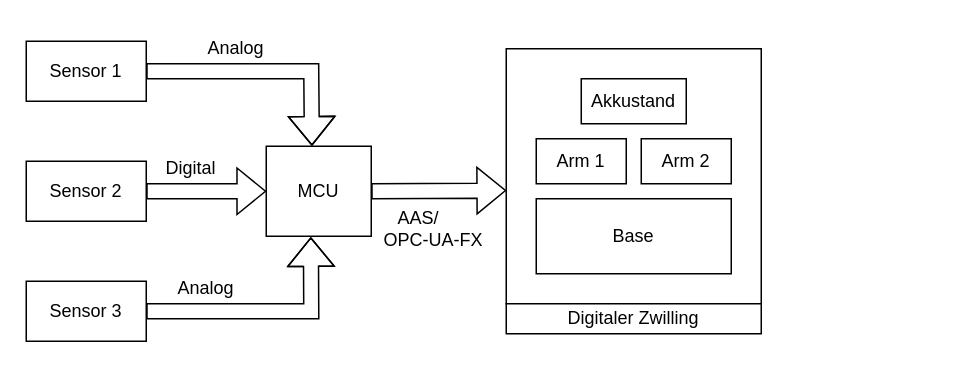
The draw.io diagram Untitled Diagram.drawio in Feeee23/DrawIO, before the edit. Source tidied: cells renumbered, new cells numbered last; positions are measured from the earlier drawing's top-left corner, leaving out a move shared by most shapes. Both pictures are drawn from the tidied source at 150%, with x=0, y=0 at pixel (26, 26).
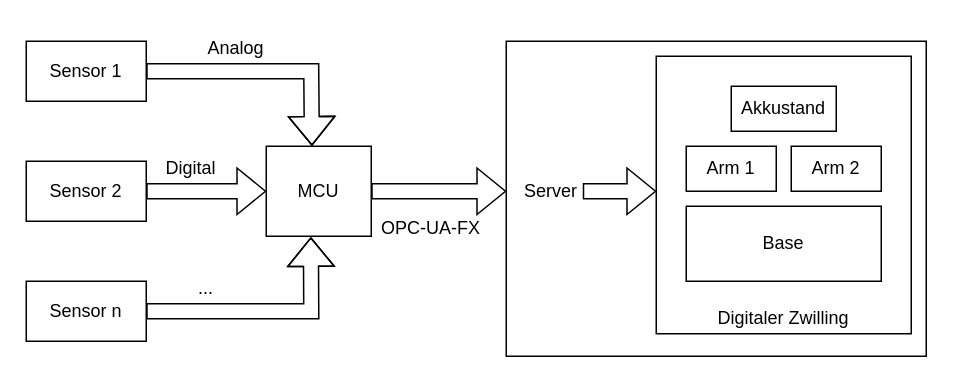
After the change.

Unchanged cells that the change refers to:
```xml
<mxCell id="6" value="MCU" style="rounded=0;whiteSpace=wrap;html=1;" parent="1" vertex="1">
  <mxGeometry x="160" y="80" width="70" height="60" as="geometry" />
</mxCell>
```

What changed in the source:
```diff
@@
-    <mxCell id="2" style="rounded=0;whiteSpace=wrap;html=1;" parent="1" vertex="1">
-      <mxGeometry x="320" y="15" width="170" height="170" as="geometry" />
-    </mxCell>
+    <mxCell id="20" style="rounded=0;whiteSpace=wrap;html=1;" parent="1" vertex="1">
+      <mxGeometry x="320" y="10" width="280" height="210" as="geometry" />
+    </mxCell>
@@
-    <mxCell id="5" value="Sensor 3" style="rounded=0;whiteSpace=wrap;html=1;" parent="1" vertex="1">
+    <mxCell id="5" value="Sensor n" style="rounded=0;whiteSpace=wrap;html=1;" parent="1" vertex="1">
       <mxGeometry y="170" width="80" height="40" as="geometry" />
     </mxCell>
@@
-    <mxCell id="12" value="Analog" style="text;html=1;strokeColor=none;fillColor=none;align=center;verticalAlign=middle;whiteSpace=wrap;rounded=0;" parent="1" vertex="1">
+    <mxCell id="12" value="..." style="text;html=1;strokeColor=none;fillColor=none;align=center;verticalAlign=middle;whiteSpace=wrap;rounded=0;" parent="1" vertex="1">
       <mxGeometry x="90" y="160" width="60" height="30" as="geometry" />
     </mxCell>
+    <mxCell id="18" style="shape=flexArrow;endArrow=classic;html=1;rounded=0;exitX=1;exitY=0.5;exitDx=0;exitDy=0;" parent="1" edge="1" source="6">
+      <mxGeometry relative="1" as="geometry">
+        <mxPoint x="320" y="110" as="targetPoint" />
+      </mxGeometry>
+    </mxCell>
+    <mxCell id="19" value="OPC-UA-FX" style="text;html=1;strokeColor=none;fillColor=none;align=center;verticalAlign=middle;whiteSpace=wrap;rounded=0;" parent="1" vertex="1">
+      <mxGeometry x="230" y="120" width="80" height="30" as="geometry" />
+    </mxCell>
+    <mxCell id="21" style="group;" parent="1" vertex="1">
+      <mxGeometry x="420" y="20" width="170" height="190" as="geometry" />
+    </mxCell>
+    <mxCell id="2" style="rounded=0;whiteSpace=wrap;html=1;" parent="21" vertex="1">
+      <mxGeometry width="170" height="185" as="geometry" />
+    </mxCell>
-    <mxCell id="13" value="Base" style="rounded=0;whiteSpace=wrap;html=1;" parent="1" vertex="1">
-      <mxGeometry x="340" y="115" width="130" height="50" as="geometry" />
+    <mxCell id="13" value="Base" style="rounded=0;whiteSpace=wrap;html=1;" parent="21" vertex="1">
+      <mxGeometry x="20" y="100" width="130" height="50" as="geometry" />
     </mxCell>
-    <mxCell id="14" value="Arm 1" style="rounded=0;whiteSpace=wrap;html=1;" parent="1" vertex="1">
-      <mxGeometry x="340" y="75" width="60" height="30" as="geometry" />
+    <mxCell id="14" value="Arm 1" style="rounded=0;whiteSpace=wrap;html=1;" parent="21" vertex="1">
+      <mxGeometry x="20" y="60" width="60" height="30" as="geometry" />
     </mxCell>
-    <mxCell id="15" value="Arm 2" style="rounded=0;whiteSpace=wrap;html=1;" parent="1" vertex="1">
-      <mxGeometry x="410" y="75" width="60" height="30" as="geometry" />
+    <mxCell id="15" value="Arm 2" style="rounded=0;whiteSpace=wrap;html=1;" parent="21" vertex="1">
+      <mxGeometry x="90" y="60" width="60" height="30" as="geometry" />
     </mxCell>
-    <mxCell id="16" value="Akkustand" style="rounded=0;whiteSpace=wrap;html=1;" parent="1" vertex="1">
-      <mxGeometry x="370" y="35" width="70" height="30" as="geometry" />
+    <mxCell id="16" value="Akkustand" style="rounded=0;whiteSpace=wrap;html=1;" parent="21" vertex="1">
+      <mxGeometry x="50" y="20" width="70" height="30" as="geometry" />
     </mxCell>
-    <mxCell id="17" value="Digitaler Zwilling" style="rounded=0;whiteSpace=wrap;html=1;" parent="1" vertex="1">
-      <mxGeometry x="320" y="185" width="170" height="20" as="geometry" />
+    <mxCell id="17" value="Digitaler Zwilling" style="text;html=1;strokeColor=none;fillColor=none;align=center;verticalAlign=middle;whiteSpace=wrap;rounded=0;" parent="21" vertex="1">
+      <mxGeometry x="35" y="160" width="100" height="30" as="geometry" />
     </mxCell>
-    <mxCell id="18" style="shape=flexArrow;endArrow=classic;html=1;rounded=0;exitX=1;exitY=0.5;exitDx=0;exitDy=0;entryX=0;entryY=0.556;entryDx=0;entryDy=0;entryPerimeter=0;" parent="1" edge="1" source="6" target="2">
-      <mxGeometry relative="1" as="geometry" />
-    </mxCell>
-    <mxCell id="19" value="AAS/&amp;nbsp; &amp;nbsp; &amp;nbsp; &amp;nbsp;OPC-UA-FX" style="text;html=1;strokeColor=none;fillColor=none;align=center;verticalAlign=middle;whiteSpace=wrap;rounded=0;" parent="1" vertex="1">
-      <mxGeometry x="230" y="120" width="80" height="30" as="geometry" />
-    </mxCell>
+    <mxCell id="22" value="Server" style="text;html=1;strokeColor=none;fillColor=none;align=center;verticalAlign=middle;whiteSpace=wrap;rounded=0;" parent="1" vertex="1">
+      <mxGeometry x="320" y="95" width="60" height="30" as="geometry" />
+    </mxCell>
+    <mxCell id="23" style="shape=flexArrow;endArrow=classic;html=1;rounded=0;" parent="1" edge="1">
+      <mxGeometry relative="1" as="geometry">
+        <mxPoint x="371" y="110" as="sourcePoint" />
+        <mxPoint x="420" y="110" as="targetPoint" />
+      </mxGeometry>
+    </mxCell>
```
